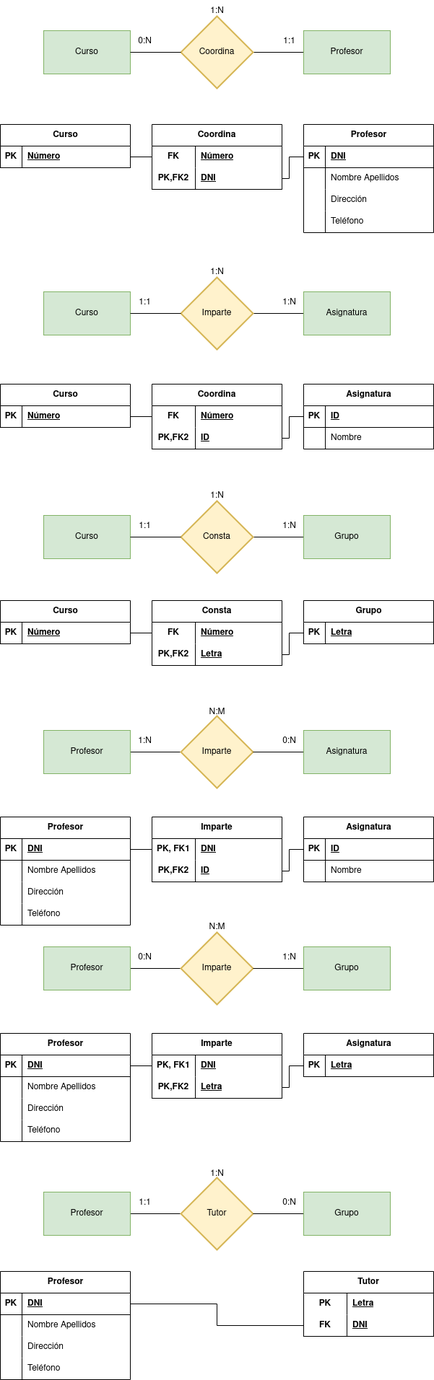
Before: tareas 1/Ejercicio calificable docente (MR-2).drawio.png, a diagram exported from draw.io (GermanOjeda/base-datos). Source tidied: cells renumbered, new cells last; positions are measured from the earlier drawing's top-left corner, leaving out a move shared by most shapes.
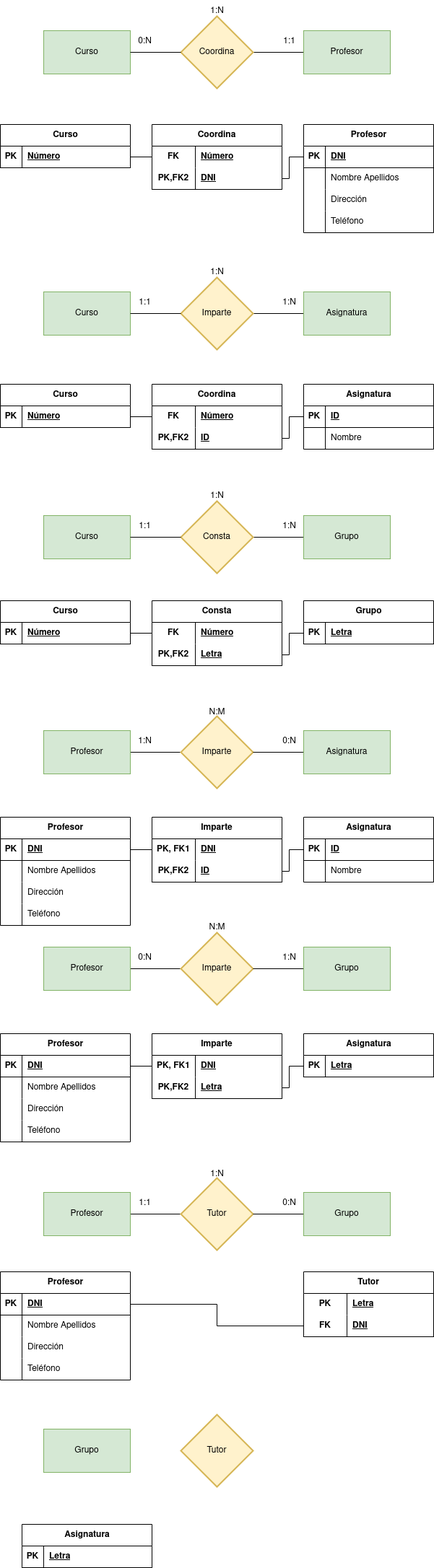
After the commit.

Change to the diagram source:
```diff
@@ -577,5 +577,23 @@
     <mxCell id="191" style="edgeStyle=orthogonalEdgeStyle;rounded=0;jettySize=auto;html=1;exitX=1;exitY=0.5;exitDx=0;exitDy=0;entryX=0;entryY=0.5;entryDx=0;entryDy=0;strokeColor=#030303;endArrow=none;endFill=0;" parent="1" edge="1" source="172" target="188">
       <mxGeometry relative="1" as="geometry" />
     </mxCell>
+    <mxCell id="192" value="Grupo" style="rounded=0;whiteSpace=wrap;html=1;fillColor=#d5e8d4;strokeColor=#82b366;" parent="1" vertex="1">
+      <mxGeometry x="60" y="1980" width="120" height="60" as="geometry" />
+    </mxCell>
+    <mxCell id="193" value="Asignatura" style="shape=table;startSize=30;rowLines=0;fontStyle=1;align=center;html=1;" parent="1" vertex="1">
+      <mxGeometry x="30" y="2112" width="180" height="60" as="geometry" />
+    </mxCell>
+    <mxCell id="194" style="shape=tableRow;horizontal=0;startSize=0;swimlaneHead=0;swimlaneBody=0;fillColor=none;top=0;left=0;right=0;bottom=1;" parent="193" vertex="1">
+      <mxGeometry y="30" width="180" height="30" as="geometry" />
+    </mxCell>
+    <mxCell id="195" value="PK" style="shape=partialRectangle;fillColor=none;top=0;left=0;bottom=0;right=0;fontStyle=1;overflow=hidden;whiteSpace=wrap;html=1;" parent="194" vertex="1">
+      <mxGeometry width="30" height="30" as="geometry" />
+    </mxCell>
+    <mxCell id="196" value="Letra" style="shape=partialRectangle;fillColor=none;top=0;left=0;bottom=0;right=0;align=left;spacingLeft=6;fontStyle=5;overflow=hidden;whiteSpace=wrap;html=1;" parent="194" vertex="1">
+      <mxGeometry x="30" width="150" height="30" as="geometry" />
+    </mxCell>
+    <mxCell id="197" value="Tutor" style="strokeWidth=2;html=1;shape=mxgraph.flowchart.decision;whiteSpace=wrap;fillColor=#fff2cc;strokeColor=#d6b656;" parent="1" vertex="1">
+      <mxGeometry x="250" y="1960" width="100" height="100" as="geometry" />
+    </mxCell>
   </root>
 </mxGraphModel>
```
